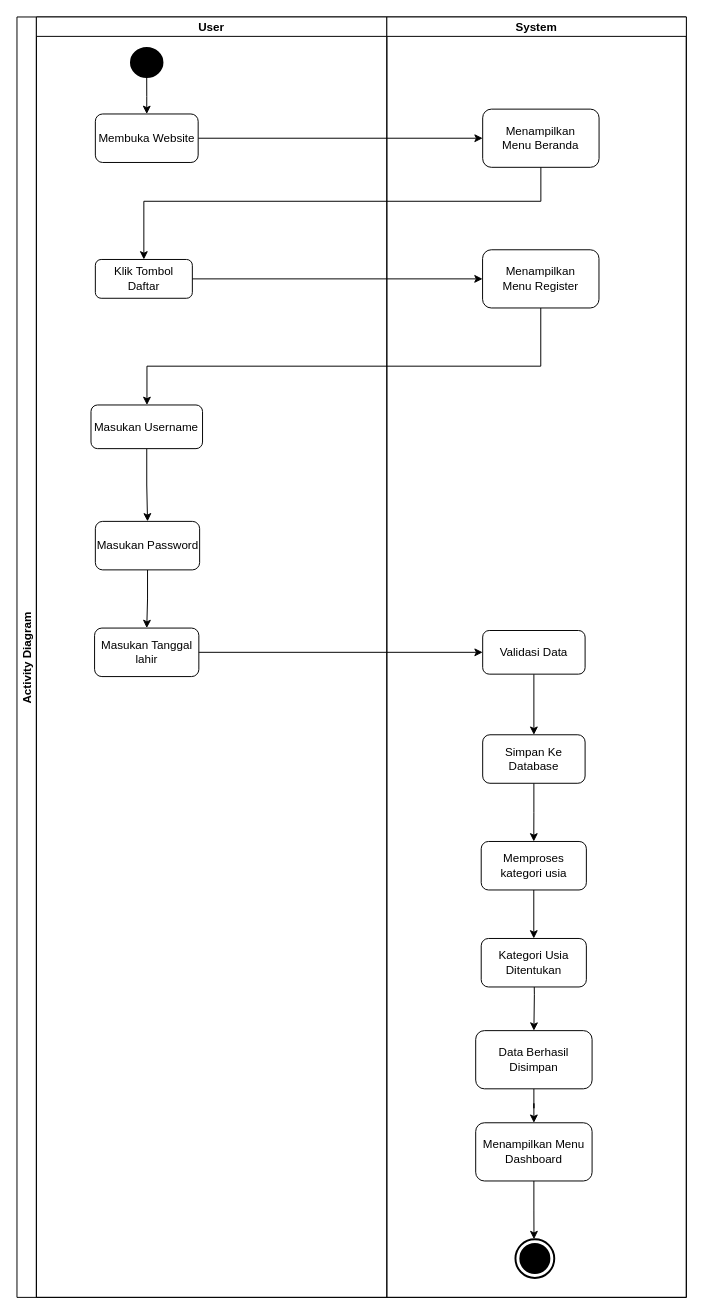
The draw.io diagram Activity Diagram Daftar.drawio in abdraiin/Sistem-Rekomendasi-Konten, before the edit. Source tidied: cells renumbered, new cells numbered last; positions are measured from the earlier drawing's top-left corner, leaving out a move shared by most shapes. Both pictures are drawn from the tidied source at 97%, with x=0, y=0 at pixel (16, 16).
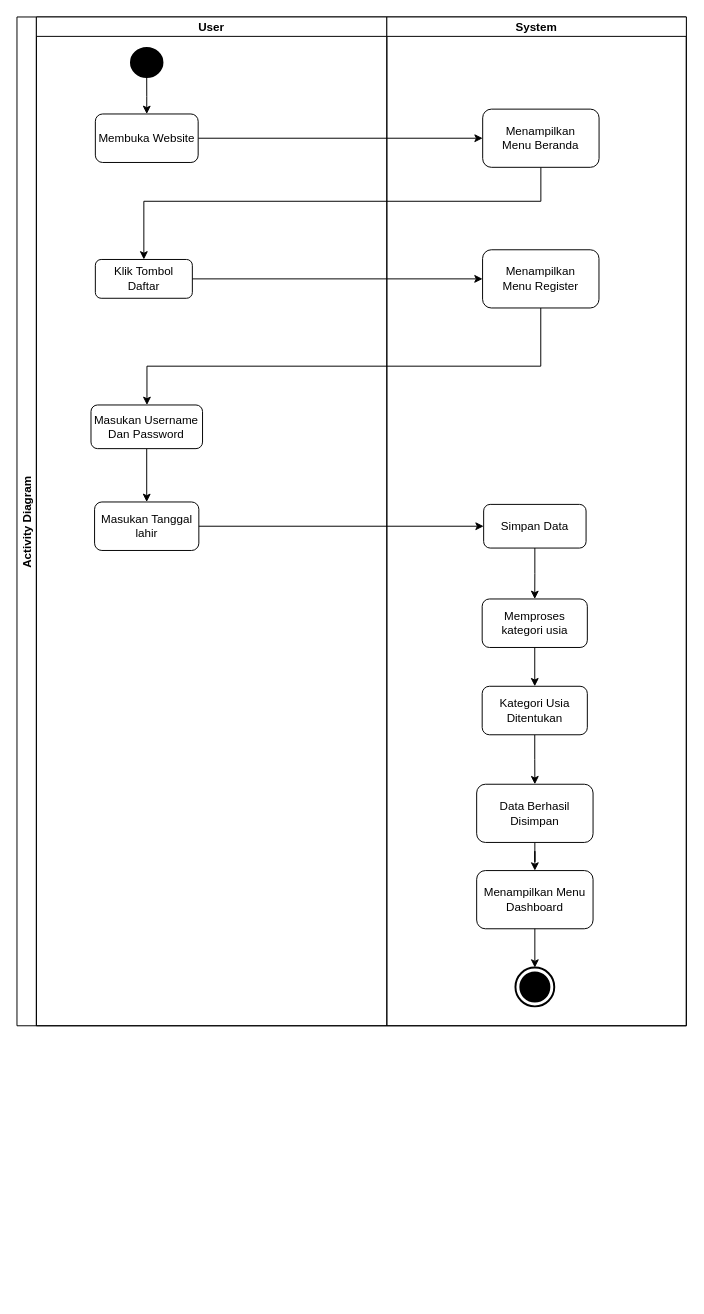
Above is the later version.

The change refers to these unchanged cells:
```xml
<mxCell id="8" value="Klik Tombol&lt;div&gt;Daftar&lt;/div&gt;" style="rounded=1;whiteSpace=wrap;html=1;" parent="4" vertex="1">
  <mxGeometry x="60.8" y="250" width="100" height="40" as="geometry" />
</mxCell>
<mxCell id="18" value="Menampilkan&lt;div&gt;Menu Beranda&lt;/div&gt;" style="rounded=1;whiteSpace=wrap;html=1;" parent="17" vertex="1">
  <mxGeometry x="98.8" y="95" width="120" height="60" as="geometry" />
</mxCell>
```

What changed in the source:
```diff
@@
     <mxCell id="2" value="Activity Diagram" style="swimlane;startSize=20;horizontal=0;" parent="1" vertex="1">
-      <mxGeometry width="690" height="1320" as="geometry" />
+      <mxGeometry width="690" height="1040" as="geometry" />
     </mxCell>
@@
     <mxCell id="4" value="User" style="swimlane;startSize=20;" parent="2" vertex="1">
-      <mxGeometry x="20" width="361.3" height="1320" as="geometry" />
+      <mxGeometry x="20" width="361.3" height="1040" as="geometry" />
     </mxCell>
@@
-    <mxCell id="9" style="edgeStyle=orthogonalEdgeStyle;rounded=0;jettySize=auto;html=1;" parent="4" edge="1" source="10" target="12">
+    <mxCell id="9" style="edgeStyle=orthogonalEdgeStyle;rounded=0;jettySize=auto;html=1;entryX=0.5;entryY=0;entryDx=0;entryDy=0;" parent="4" edge="1" source="10" target="13">
       <mxGeometry relative="1" as="geometry" />
     </mxCell>
-    <mxCell id="10" value="Masukan Username" style="whiteSpace=wrap;html=1;rounded=1;" parent="4" vertex="1">
+    <mxCell id="10" value="Masukan Username&lt;div&gt;Dan Password&lt;/div&gt;" style="whiteSpace=wrap;html=1;rounded=1;" parent="4" vertex="1">
       <mxGeometry x="56.3" y="400" width="115" height="45" as="geometry" />
     </mxCell>
-    <mxCell id="11" style="edgeStyle=orthogonalEdgeStyle;rounded=0;jettySize=auto;html=1;" parent="4" edge="1" source="12" target="13">
-      <mxGeometry relative="1" as="geometry" />
-    </mxCell>
-    <mxCell id="12" value="Masukan Password" style="whiteSpace=wrap;html=1;rounded=1;" parent="4" vertex="1">
-      <mxGeometry x="60.8" y="520" width="107.5" height="50" as="geometry" />
-    </mxCell>
     <mxCell id="13" value="Masukan Tanggal lahir" style="whiteSpace=wrap;html=1;rounded=1;" parent="4" vertex="1">
-      <mxGeometry x="60" y="630" width="107.5" height="50" as="geometry" />
+      <mxGeometry x="60" y="500" width="107.5" height="50" as="geometry" />
     </mxCell>
@@
+    <mxCell id="33" style="edgeStyle=orthogonalEdgeStyle;rounded=0;jettySize=auto;html=1;entryX=0.5;entryY=0;entryDx=0;entryDy=0;" parent="2" edge="1" source="18" target="8">
+      <mxGeometry relative="1" as="geometry">
+        <Array as="points">
+          <mxPoint x="540" y="190" />
+          <mxPoint x="131" y="190" />
+        </Array>
+      </mxGeometry>
+    </mxCell>
     <mxCell id="17" value="System" style="swimlane;startSize=20;" parent="2" vertex="1">
-      <mxGeometry x="381.3" width="308.8" height="1320" as="geometry" />
+      <mxGeometry x="381.3" width="308.8" height="1040" as="geometry" />
     </mxCell>
@@
-    <mxCell id="20" style="edgeStyle=orthogonalEdgeStyle;rounded=0;jettySize=auto;html=1;" parent="17" edge="1" source="21" target="23">
+    <mxCell id="20" style="edgeStyle=orthogonalEdgeStyle;rounded=0;jettySize=auto;html=1;entryX=0.5;entryY=0;entryDx=0;entryDy=0;" parent="17" edge="1" source="21" target="25">
       <mxGeometry relative="1" as="geometry" />
     </mxCell>
-    <mxCell id="21" value="Validasi Data" style="rounded=1;whiteSpace=wrap;html=1;" parent="17" vertex="1">
-      <mxGeometry x="98.8" y="632.5" width="105.6" height="45" as="geometry" />
+    <mxCell id="21" value="Simpan Data" style="rounded=1;whiteSpace=wrap;html=1;" parent="17" vertex="1">
+      <mxGeometry x="99.8" y="502.5" width="105.6" height="45" as="geometry" />
     </mxCell>
-    <mxCell id="22" style="edgeStyle=orthogonalEdgeStyle;rounded=0;jettySize=auto;html=1;" parent="17" edge="1" source="23" target="25">
-      <mxGeometry relative="1" as="geometry" />
-    </mxCell>
-    <mxCell id="23" value="Simpan Ke Database" style="whiteSpace=wrap;html=1;rounded=1;" parent="17" vertex="1">
-      <mxGeometry x="98.8" y="740" width="105.6" height="50" as="geometry" />
-    </mxCell>
@@
     <mxCell id="25" value="Memproses&lt;div&gt;kategori usia&lt;/div&gt;" style="whiteSpace=wrap;html=1;rounded=1;" parent="17" vertex="1">
-      <mxGeometry x="97.3" y="850" width="108.4" height="50" as="geometry" />
+      <mxGeometry x="98.3" y="600" width="108.4" height="50" as="geometry" />
     </mxCell>
-    <mxCell id="26" style="edgeStyle=orthogonalEdgeStyle;rounded=0;jettySize=auto;html=1;" parent="17" edge="1" target="29">
-      <mxGeometry relative="1" as="geometry">
-        <mxPoint x="151.6" y="970" as="sourcePoint" />
-      </mxGeometry>
+    <mxCell id="26" style="edgeStyle=orthogonalEdgeStyle;rounded=0;jettySize=auto;html=1;exitX=0.5;exitY=1;exitDx=0;exitDy=0;" parent="17" edge="1" source="27" target="29">
+      <mxGeometry relative="1" as="geometry" />
     </mxCell>
     <mxCell id="27" value="Kategori Usia&lt;div&gt;Ditentukan&lt;/div&gt;" style="whiteSpace=wrap;html=1;rounded=1;" parent="17" vertex="1">
-      <mxGeometry x="97.3" y="950" width="108.4" height="50" as="geometry" />
+      <mxGeometry x="98.3" y="690" width="108.4" height="50" as="geometry" />
     </mxCell>
@@
     <mxCell id="29" value="Data Berhasil&lt;div&gt;Disimpan&lt;/div&gt;" style="whiteSpace=wrap;html=1;rounded=1;" parent="17" vertex="1">
-      <mxGeometry x="91.6" y="1045" width="120" height="60" as="geometry" />
+      <mxGeometry x="92.6" y="791" width="120" height="60" as="geometry" />
     </mxCell>
-    <mxCell id="30" style="edgeStyle=orthogonalEdgeStyle;rounded=0;jettySize=auto;html=1;" parent="17" edge="1" source="31">
-      <mxGeometry relative="1" as="geometry">
-        <mxPoint x="151.7" y="1260" as="targetPoint" />
-      </mxGeometry>
-    </mxCell>
     <mxCell id="31" value="Menampilkan Menu&lt;div&gt;Dashboard&lt;/div&gt;" style="whiteSpace=wrap;html=1;rounded=1;" parent="17" vertex="1">
-      <mxGeometry x="91.6" y="1140" width="120" height="60" as="geometry" />
+      <mxGeometry x="92.6" y="880" width="120" height="60" as="geometry" />
     </mxCell>
+    <mxCell id="34" style="edgeStyle=orthogonalEdgeStyle;rounded=0;jettySize=auto;html=1;" parent="17" edge="1" source="31" target="32">
+      <mxGeometry relative="1" as="geometry" />
+    </mxCell>
     <mxCell id="32" style="html=1;shape=mxgraph.sysml.actFinal;strokeWidth=2;verticalLabelPosition=bottom;verticalAlignment=top;" parent="17" vertex="1">
-      <mxGeometry x="132.6" y="1260" width="40" height="40" as="geometry" />
+      <mxGeometry x="132.6" y="980" width="40" height="40" as="geometry" />
     </mxCell>
-    <mxCell id="33" style="edgeStyle=orthogonalEdgeStyle;rounded=0;jettySize=auto;html=1;entryX=0.5;entryY=0;entryDx=0;entryDy=0;" parent="2" edge="1" source="18" target="8">
-      <mxGeometry relative="1" as="geometry">
-        <Array as="points">
-          <mxPoint x="540" y="190" />
-          <mxPoint x="131" y="190" />
-        </Array>
-      </mxGeometry>
-    </mxCell>
```
